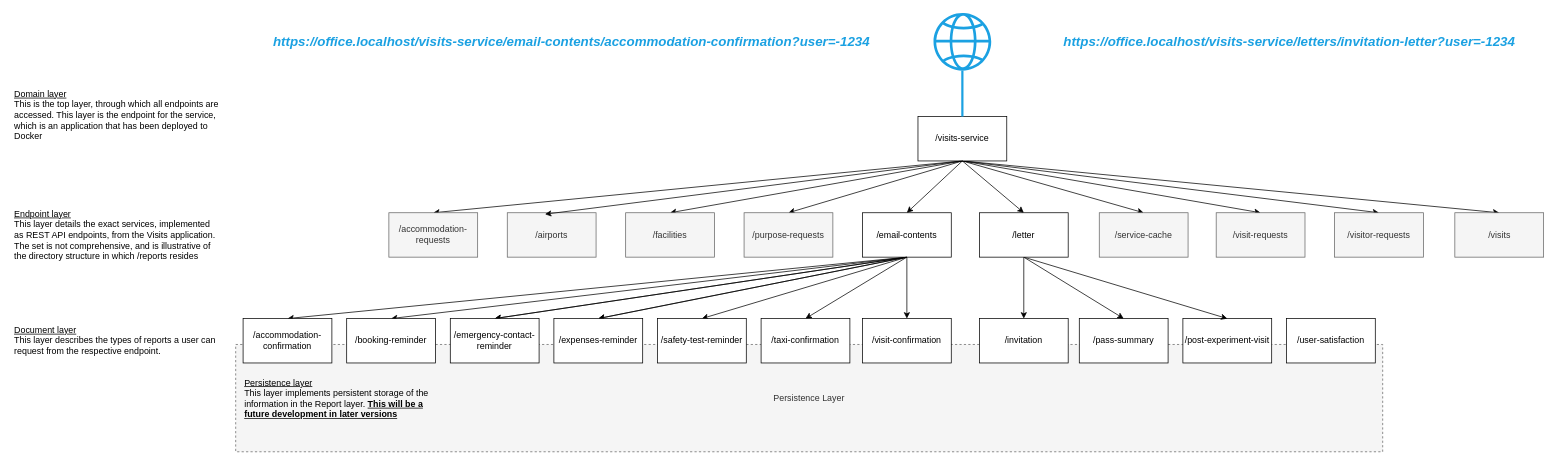
This is Service URL hierarchy.drawio from ambolt314/FinalProjectDesign, a draw.io file, before an edit. Source tidied: cells renumbered, new cells numbered last; positions are measured from the earlier drawing's top-left corner, leaving out a move shared by most shapes. Both pictures are drawn from the tidied source at 74%, with x=0, y=0 at pixel (13, 13).
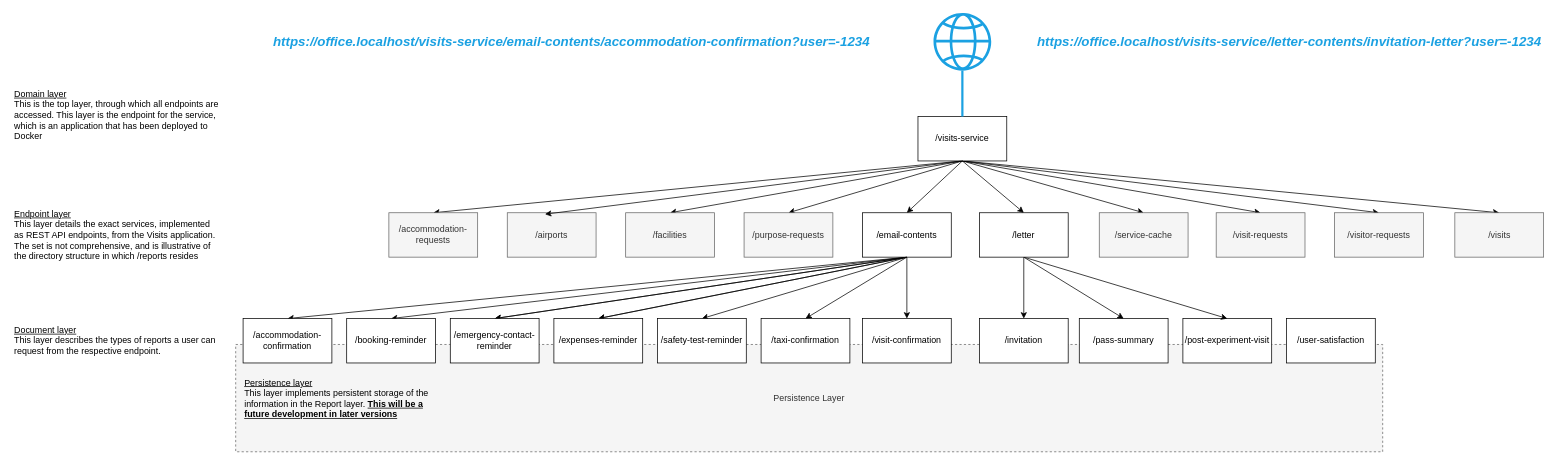
After the change.

Diff of the diagram source:
```diff
@@
-    <mxCell id="54" value="&lt;div align=&quot;center&quot;&gt;&lt;font color=&quot;#1ba1e2&quot;&gt;&lt;i&gt;&lt;font style=&quot;font-size: 18px;&quot;&gt;&lt;b&gt;https://office.localhost/visits-service/letters/invitation-letter?user=-1234&lt;/b&gt;&lt;/font&gt;&lt;/i&gt;&lt;/font&gt;&lt;/div&gt;" style="text;html=1;align=center;verticalAlign=middle;whiteSpace=wrap;rounded=0;" parent="1" vertex="1">
+    <mxCell id="54" value="&lt;div align=&quot;center&quot;&gt;&lt;font color=&quot;#1ba1e2&quot;&gt;&lt;i&gt;&lt;font style=&quot;font-size: 18px;&quot;&gt;&lt;b&gt;https://office.localhost/visits-service/letter-contents/invitation-letter?user=-1234&lt;/b&gt;&lt;/font&gt;&lt;/i&gt;&lt;/font&gt;&lt;/div&gt;" style="text;html=1;align=center;verticalAlign=middle;whiteSpace=wrap;rounded=0;" parent="1" vertex="1">
       <mxGeometry x="1371" y="24" width="708" height="30" as="geometry" />
     </mxCell>
```
